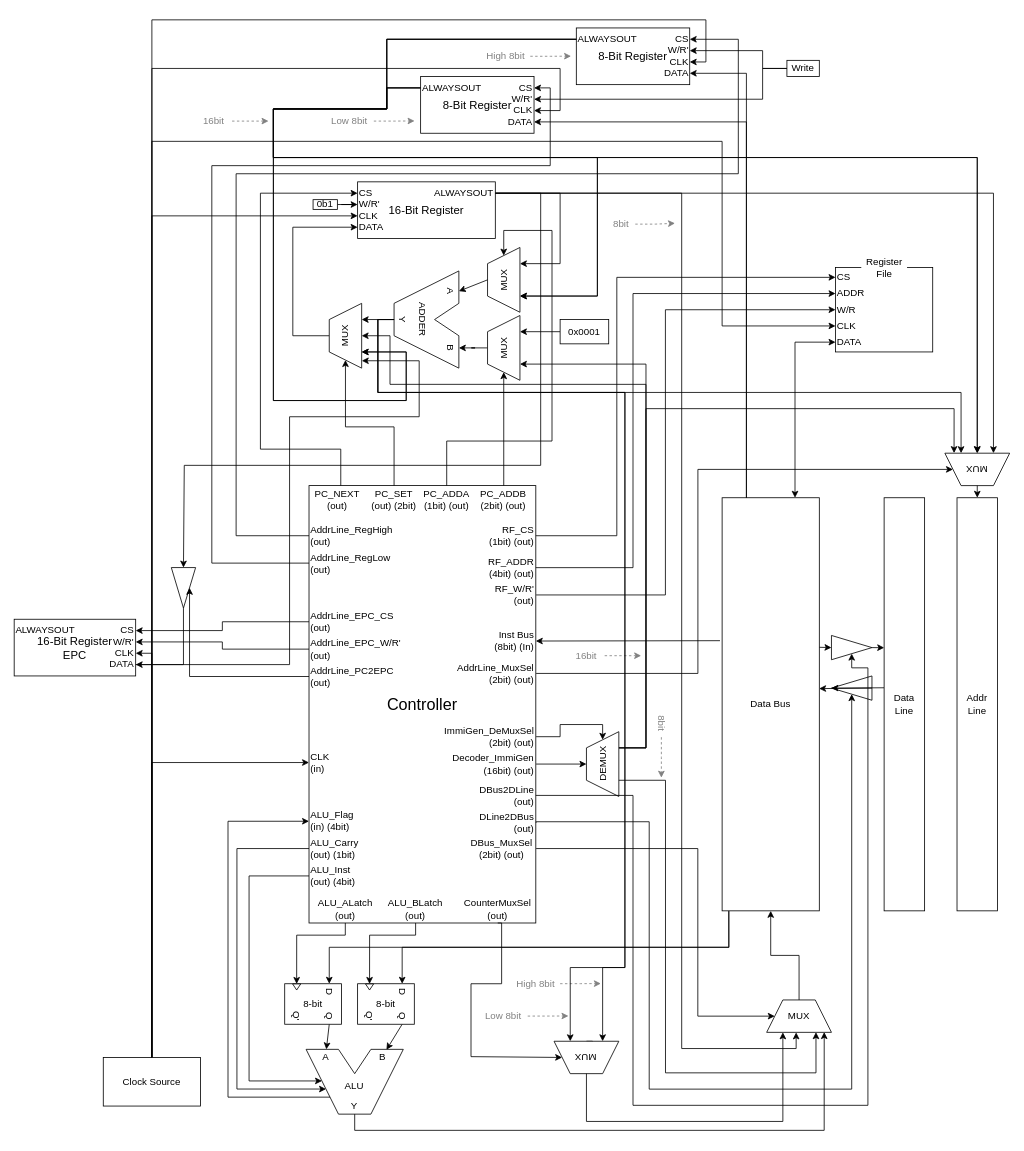
Before: wa824/docs/core/I/wa824I.drawio in BeomjunKim-3p/wach, a draw.io diagram. Source tidied: cells renumbered, new cells numbered last; positions are measured from the earlier drawing's top-left corner, leaving out a move shared by most shapes. Both pictures are drawn from the tidied source at 81%, with x=0, y=0 at pixel (14, 11).
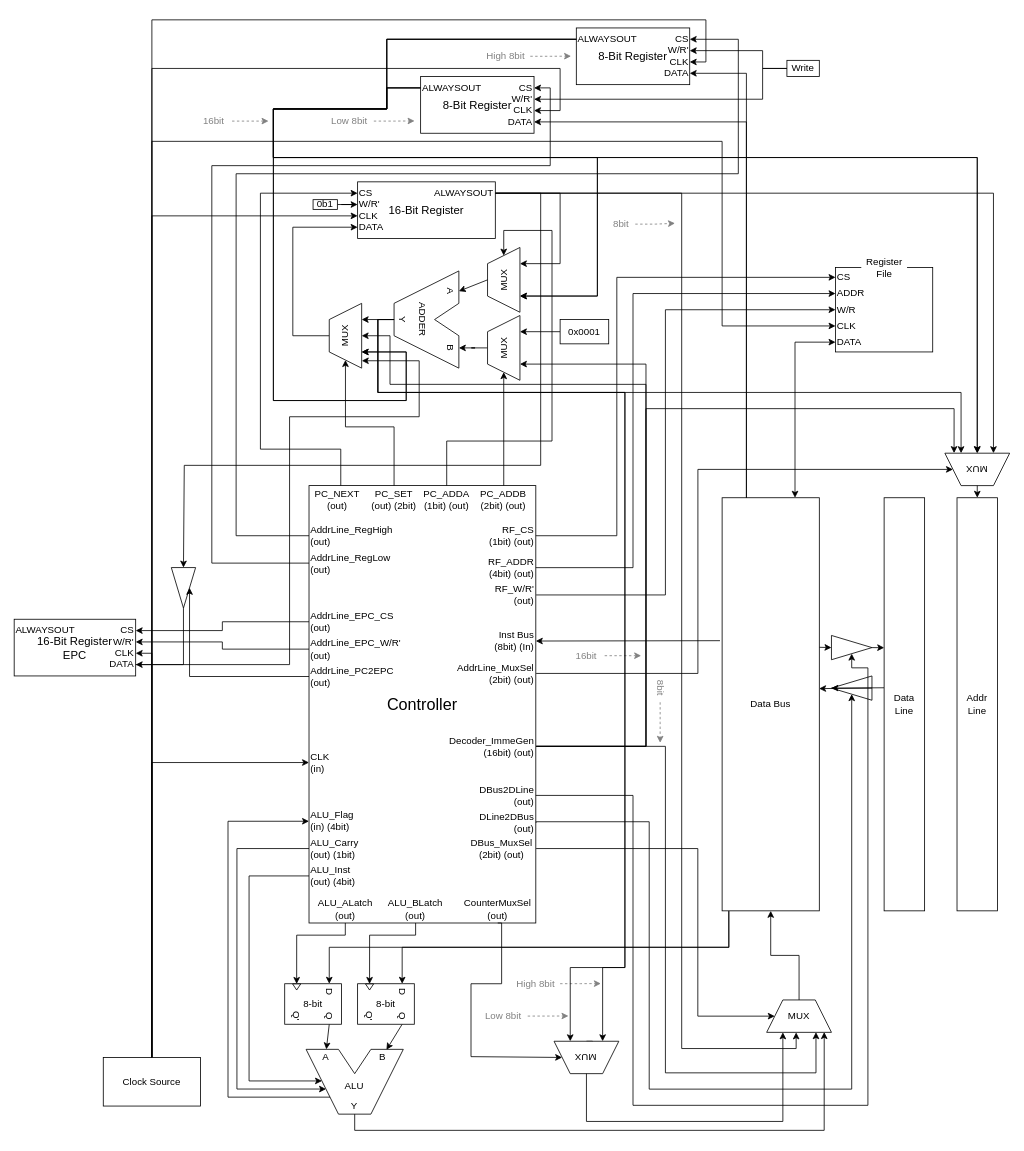
After the change.

Commit message:
Docs(microarch): remove immediate demux

The change refers to these unchanged cells:
```xml
<mxCell id="18" value="MUX" style="shape=trapezoid;perimeter=trapezoidPerimeter;whiteSpace=wrap;html=1;fixedSize=1;rotation=-90;" parent="1" vertex="1">
  <mxGeometry x="369" y="380" width="80" height="40" as="geometry" />
</mxCell>
<mxCell id="88" value="MUX" style="shape=trapezoid;perimeter=trapezoidPerimeter;whiteSpace=wrap;html=1;fixedSize=1;rotation=-90;" parent="1" vertex="1">
  <mxGeometry x="564.4" y="395" width="80" height="40" as="geometry" />
</mxCell>
<mxCell id="121" value="MUX" style="shape=trapezoid;perimeter=trapezoidPerimeter;whiteSpace=wrap;html=1;fixedSize=1;" parent="1" vertex="1">
  <mxGeometry x="929" y="1220" width="80" height="40" as="geometry" />
</mxCell>
<mxCell id="130" value="MUX" style="shape=trapezoid;perimeter=trapezoidPerimeter;whiteSpace=wrap;html=1;fixedSize=1;rotation=180;" parent="1" vertex="1">
  <mxGeometry x="1149" y="545" width="80" height="40" as="geometry" />
</mxCell>
```

What changed in the source:
```diff
@@
-    <mxCell id="80" style="edgeStyle=orthogonalEdgeStyle;rounded=0;jettySize=auto;html=1;entryX=0.5;entryY=0;entryDx=0;entryDy=0;" parent="1" edge="1" source="81" target="84">
-      <mxGeometry relative="1" as="geometry" />
-    </mxCell>
-    <mxCell id="81" value="Decoder_ImmiGen&lt;div&gt;(16bit) (out)&lt;/div&gt;" style="text;html=1;whiteSpace=wrap;strokeColor=none;fillColor=none;align=right;verticalAlign=middle;rounded=0;" parent="1" vertex="1">
-      <mxGeometry x="524" y="911.9" width="120.4" height="33.8" as="geometry" />
+    <mxCell id="81" value="Decoder_ImmeGen&lt;div&gt;(16bit) (out)&lt;/div&gt;" style="text;html=1;whiteSpace=wrap;strokeColor=none;fillColor=none;align=right;verticalAlign=middle;rounded=0;" parent="1" vertex="1">
+      <mxGeometry x="524" y="890" width="120.4" height="33.8" as="geometry" />
     </mxCell>
-    <mxCell id="82" style="edgeStyle=orthogonalEdgeStyle;rounded=0;jettySize=auto;html=1;exitX=0.75;exitY=1;exitDx=0;exitDy=0;entryX=0.5;entryY=1;entryDx=0;entryDy=0;" parent="1" edge="1" source="84" target="18">
+    <mxCell id="82" style="edgeStyle=orthogonalEdgeStyle;rounded=0;jettySize=auto;html=1;exitX=1;exitY=0.5;exitDx=0;exitDy=0;entryX=0.5;entryY=1;entryDx=0;entryDy=0;" parent="1" edge="1" source="81" target="18">
       <mxGeometry relative="1" as="geometry">
         <Array as="points">
-          <mxPoint x="780" y="908.8" />
+          <mxPoint x="780" y="906.9" />
           <mxPoint x="780" y="460" />
           <mxPoint x="464" y="460" />
           <mxPoint x="464" y="400" />
         </Array>
       </mxGeometry>
     </mxCell>
-    <mxCell id="83" style="edgeStyle=orthogonalEdgeStyle;rounded=0;jettySize=auto;html=1;exitX=0.75;exitY=1;exitDx=0;exitDy=0;entryX=0.25;entryY=1;entryDx=0;entryDy=0;" parent="1" edge="1" source="84" target="88">
+    <mxCell id="83" style="edgeStyle=orthogonalEdgeStyle;rounded=0;jettySize=auto;html=1;exitX=1;exitY=0.5;exitDx=0;exitDy=0;entryX=0.25;entryY=1;entryDx=0;entryDy=0;" parent="1" edge="1" source="81" target="88">
       <mxGeometry relative="1" as="geometry">
         <Array as="points">
-          <mxPoint x="780" y="908.8" />
+          <mxPoint x="780" y="906.9" />
           <mxPoint x="780" y="435" />
         </Array>
       </mxGeometry>
     </mxCell>
-    <mxCell id="84" value="DEMUX" style="shape=trapezoid;perimeter=trapezoidPerimeter;whiteSpace=wrap;html=1;fixedSize=1;rotation=-90;" parent="1" vertex="1">
-      <mxGeometry x="686.5" y="908.8" width="80" height="40" as="geometry" />
-    </mxCell>
-    <mxCell id="85" style="edgeStyle=orthogonalEdgeStyle;rounded=0;jettySize=auto;html=1;entryX=1;entryY=0.5;entryDx=0;entryDy=0;exitX=1;exitY=0.5;exitDx=0;exitDy=0;" parent="1" edge="1" source="86" target="84">
-      <mxGeometry relative="1" as="geometry">
-        <Array as="points">
-          <mxPoint x="674" y="895" />
-          <mxPoint x="674" y="880" />
-          <mxPoint x="726.5" y="880" />
-        </Array>
-      </mxGeometry>
-    </mxCell>
-    <mxCell id="86" value="ImmiGen_DeMuxSel&lt;div&gt;(2&lt;span style=&quot;background-color: transparent; color: light-dark(rgb(0, 0, 0), rgb(255, 255, 255));&quot;&gt;bit) (out)&lt;/span&gt;&lt;/div&gt;" style="text;html=1;whiteSpace=wrap;strokeColor=none;fillColor=none;align=right;verticalAlign=middle;rounded=0;" parent="1" vertex="1">
-      <mxGeometry x="524" y="878.1" width="120.4" height="33.8" as="geometry" />
-    </mxCell>
@@
-    <mxCell id="91" style="edgeStyle=orthogonalEdgeStyle;jettySize=auto;html=1;rounded=0;elbow=vertical;exitX=0.25;exitY=1;exitDx=0;exitDy=0;entryX=0.761;entryY=0.996;entryDx=0;entryDy=0;entryPerimeter=0;" parent="1" edge="1" source="84" target="121">
+    <mxCell id="91" style="edgeStyle=orthogonalEdgeStyle;jettySize=auto;html=1;rounded=0;elbow=vertical;exitX=1;exitY=0.5;exitDx=0;exitDy=0;entryX=0.761;entryY=0.996;entryDx=0;entryDy=0;entryPerimeter=0;" parent="1" edge="1" source="81" target="121">
       <mxGeometry relative="1" as="geometry">
         <Array as="points">
-          <mxPoint x="804.1" y="948.8" />
-          <mxPoint x="804.1" y="1310" />
+          <mxPoint x="804" y="906.9" />
+          <mxPoint x="804" y="1310" />
           <mxPoint x="989.9" y="1310" />
         </Array>
       </mxGeometry>
     </mxCell>
@@
     <mxCell id="95" style="group;" parent="1" vertex="1">
-      <mxGeometry x="781.5" y="863.1" width="35" height="82.5" as="geometry" />
+      <mxGeometry x="780" y="820" width="35" height="82.5" as="geometry" />
     </mxCell>
@@
-    <mxCell id="217" style="edgeStyle=orthogonalEdgeStyle;jettySize=auto;html=1;rounded=0;exitX=0.75;exitY=1;exitDx=0;exitDy=0;entryX=0.858;entryY=1.004;entryDx=0;entryDy=0;entryPerimeter=0;" parent="1" edge="1" source="84" target="130">
+    <mxCell id="217" style="edgeStyle=orthogonalEdgeStyle;jettySize=auto;html=1;rounded=0;exitX=1;exitY=0.5;exitDx=0;exitDy=0;entryX=0.858;entryY=1.004;entryDx=0;entryDy=0;entryPerimeter=0;" parent="1" edge="1" source="81" target="130">
       <mxGeometry relative="1" as="geometry">
         <Array as="points">
-          <mxPoint x="780" y="908.8" />
+          <mxPoint x="780" y="906.9" />
           <mxPoint x="780" y="490" />
           <mxPoint x="1160.4" y="490" />
         </Array>
       </mxGeometry>
     </mxCell>
```
